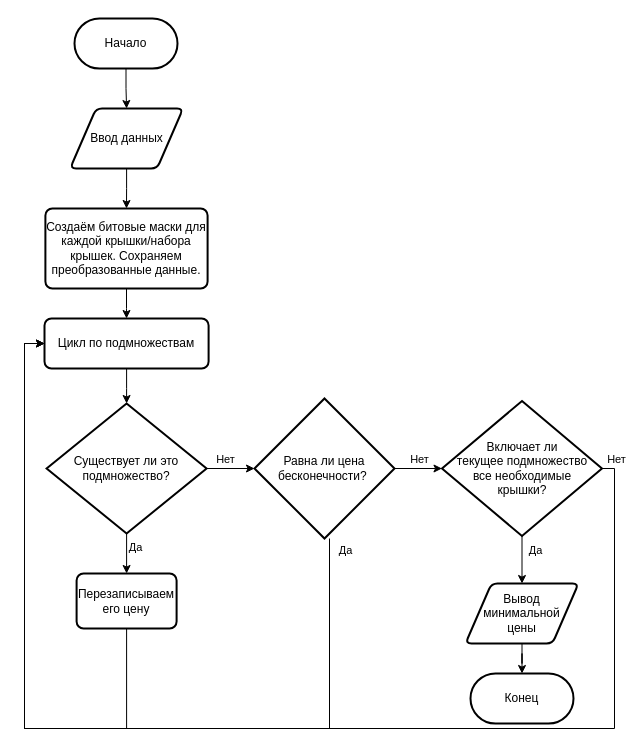
This is Block diagram.drawio from 1mm0rTaLzzz/course-task-OOP, a draw.io file, before an edit. Source tidied: cells renumbered, new cells numbered last; positions are measured from the earlier drawing's top-left corner, leaving out a move shared by most shapes. Both pictures are drawn from the tidied source at 100%, with x=0, y=0 at pixel (24, 18).
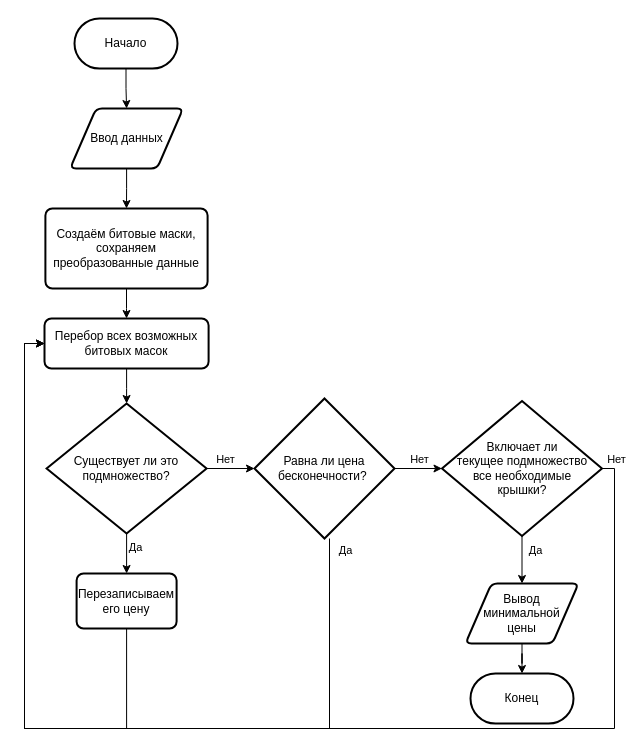
After the change.

What changed in the source:
```diff
@@
-    <mxCell id="5" value="Создаём битовые маски для каждой крышки/набора крышек. Сохраняем преобразованные данные." style="rounded=1;whiteSpace=wrap;html=1;absoluteArcSize=1;arcSize=14;strokeWidth=2;" parent="1" vertex="1">
+    <mxCell id="5" value="Создаём битовые маски, сохраняем преобразованные данные" style="rounded=1;whiteSpace=wrap;html=1;absoluteArcSize=1;arcSize=14;strokeWidth=2;" parent="1" vertex="1">
       <mxGeometry x="20.9" y="190" width="162.2" height="80" as="geometry" />
     </mxCell>
@@
-    <mxCell id="7" value="Цикл по подмножествам" style="rounded=1;whiteSpace=wrap;html=1;absoluteArcSize=1;arcSize=14;strokeWidth=2;" parent="1" vertex="1">
+    <mxCell id="7" value="Перебор всех возможных битовых масок" style="rounded=1;whiteSpace=wrap;html=1;absoluteArcSize=1;arcSize=14;strokeWidth=2;" parent="1" vertex="1">
       <mxGeometry x="20" y="300" width="164.1" height="50" as="geometry" />
     </mxCell>
```
